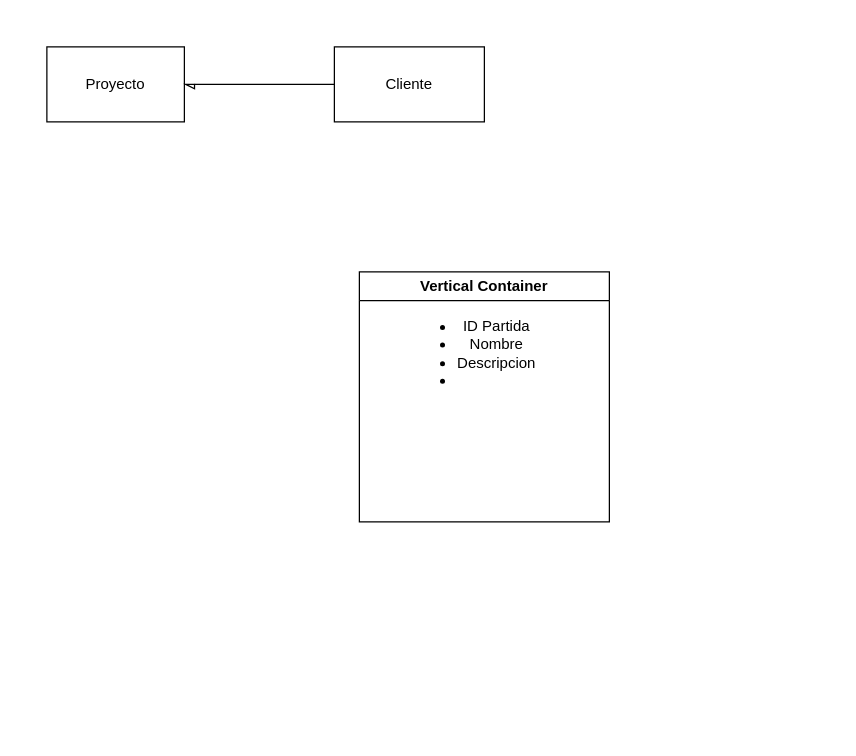
Before: Base_datos.drawio in joserra71/AdmonObra, a draw.io diagram. Source tidied: cells renumbered, new cells numbered last; positions are measured from the earlier drawing's top-left corner, leaving out a move shared by most shapes. Both pictures are drawn from the tidied source at 125%, with x=0, y=0 at pixel (46, 46).
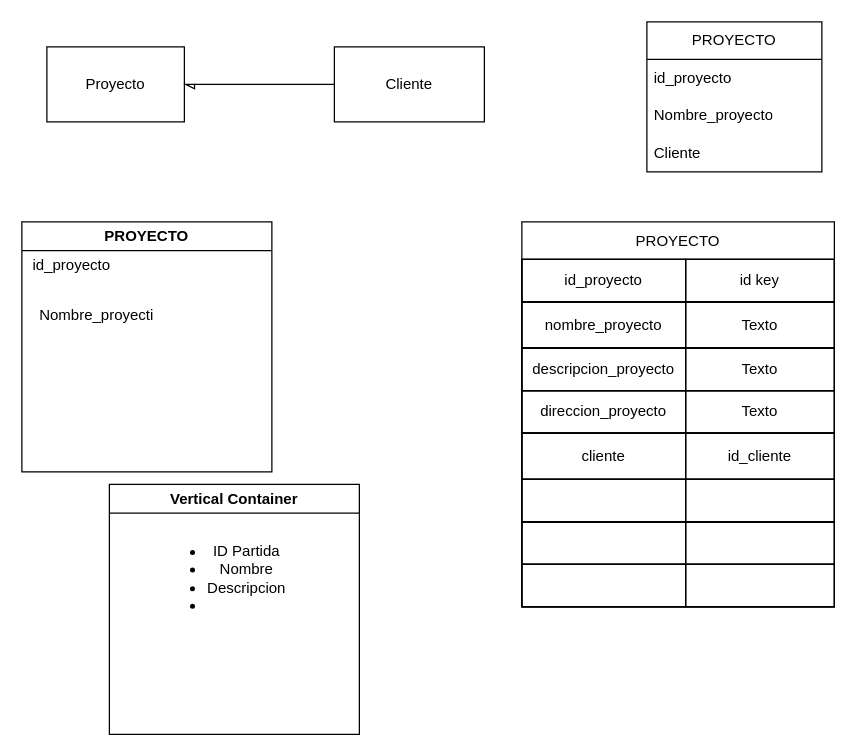
The same page after the edit.

What changed in the source:
```diff
@@
     <mxCell id="5" value="Vertical Container" style="swimlane;whiteSpace=wrap;html=1;" parent="1" vertex="1">
-      <mxGeometry x="250" y="180" width="200" height="200" as="geometry" />
+      <mxGeometry x="50" y="350" width="200" height="200" as="geometry" />
     </mxCell>
-    <mxCell id="6" value="&lt;ul&gt;&lt;li&gt;ID Partida&lt;/li&gt;&lt;li&gt;Nombre&lt;/li&gt;&lt;li&gt;Descripcion&lt;/li&gt;&lt;li&gt;&lt;br&gt;&lt;/li&gt;&lt;/ul&gt;" style="text;html=1;whiteSpace=wrap;strokeColor=none;fillColor=none;align=center;verticalAlign=middle;rounded=0;" parent="1" vertex="1">
-      <mxGeometry x="280" y="230" width="120" height="30" as="geometry" />
+    <mxCell id="6" value="&lt;ul&gt;&lt;li&gt;ID Partida&lt;/li&gt;&lt;li&gt;Nombre&lt;/li&gt;&lt;li&gt;Descripcion&lt;/li&gt;&lt;li&gt;&lt;br&gt;&lt;/li&gt;&lt;/ul&gt;" style="text;html=1;whiteSpace=wrap;strokeColor=none;fillColor=none;align=center;verticalAlign=middle;rounded=0;" parent="5" vertex="1">
+      <mxGeometry x="30" y="60" width="120" height="30" as="geometry" />
     </mxCell>
+    <mxCell id="7" value="PROYECTO" style="swimlane;whiteSpace=wrap;html=1;" parent="1" vertex="1">
+      <mxGeometry x="-20" y="140" width="200" height="200" as="geometry" />
+    </mxCell>
+    <mxCell id="8" value="id_proyecto" style="text;html=1;whiteSpace=wrap;strokeColor=none;fillColor=none;align=center;verticalAlign=middle;rounded=0;" parent="7" vertex="1">
+      <mxGeometry x="10" y="20" width="60" height="30" as="geometry" />
+    </mxCell>
+    <mxCell id="9" value="Nombre_proyecti" style="text;html=1;whiteSpace=wrap;strokeColor=none;fillColor=none;align=center;verticalAlign=middle;rounded=0;" parent="1" vertex="1">
+      <mxGeometry x="10" y="200" width="60" height="30" as="geometry" />
+    </mxCell>
+    <mxCell id="10" value="PROYECTO" style="swimlane;fontStyle=0;horizontal=1;startSize=30;whiteSpace=wrap;html=1;" parent="1" vertex="1">
+      <mxGeometry x="480" y="-20" width="140" height="120" as="geometry" />
+    </mxCell>
+    <mxCell id="11" value="id_proyecto" style="text;strokeColor=none;fillColor=none;align=left;verticalAlign=middle;spacingLeft=4;spacingRight=4;overflow=hidden;whiteSpace=wrap;html=1;" parent="10" vertex="1">
+      <mxGeometry y="30" width="140" height="30" as="geometry" />
+    </mxCell>
+    <mxCell id="12" value="Nombre_proyecto" style="text;strokeColor=none;fillColor=none;align=left;verticalAlign=middle;spacingLeft=4;spacingRight=4;overflow=hidden;whiteSpace=wrap;html=1;" parent="10" vertex="1">
+      <mxGeometry y="60" width="140" height="30" as="geometry" />
+    </mxCell>
+    <mxCell id="13" value="Cliente" style="text;strokeColor=none;fillColor=none;align=left;verticalAlign=middle;spacingLeft=4;spacingRight=4;overflow=hidden;whiteSpace=wrap;html=1;" parent="10" vertex="1">
+      <mxGeometry y="90" width="140" height="30" as="geometry" />
+    </mxCell>
+    <mxCell id="14" value="PROYECTO" style="shape=table;startSize=30;childLayout=tableLayout;fixedHeader=1;tableRender=collapsed;" parent="1" vertex="1">
+      <mxGeometry x="380" y="140" width="250" height="308" as="geometry" />
+    </mxCell>
+    <mxCell id="15" style="shape=tableRow;horizontal=0;startSize=0;swimlaneHead=0;swimlaneBody=0;strokeColor=inherit;fillColor=none;fixedHeader=1;" parent="14" vertex="1">
+      <mxGeometry y="30" width="250" height="34" as="geometry" />
+    </mxCell>
+    <mxCell id="16" value="id_proyecto" style="shape=partialRectangle;html=1;whiteSpace=wrap;strokeColor=inherit;overflow=hidden;fillColor=none;" parent="15" vertex="1">
+      <mxGeometry width="131" height="34" as="geometry" />
+    </mxCell>
+    <mxCell id="17" value="id key" style="shape=partialRectangle;html=1;whiteSpace=wrap;strokeColor=inherit;overflow=hidden;fillColor=none;" parent="15" vertex="1">
+      <mxGeometry x="131" width="119" height="34" as="geometry" />
+    </mxCell>
+    <mxCell id="18" style="shape=tableRow;horizontal=0;startSize=0;swimlaneHead=0;swimlaneBody=0;strokeColor=inherit;fillColor=none;fixedHeader=1;" parent="14" vertex="1">
+      <mxGeometry y="64" width="250" height="37" as="geometry" />
+    </mxCell>
+    <mxCell id="19" value="nombre_proyecto" style="shape=partialRectangle;html=1;whiteSpace=wrap;strokeColor=inherit;overflow=hidden;fillColor=none;" parent="18" vertex="1">
+      <mxGeometry width="131" height="37" as="geometry" />
+    </mxCell>
+    <mxCell id="20" value="Texto" style="shape=partialRectangle;html=1;whiteSpace=wrap;strokeColor=inherit;overflow=hidden;fillColor=none;" parent="18" vertex="1">
+      <mxGeometry x="131" width="119" height="37" as="geometry" />
+    </mxCell>
+    <mxCell id="21" style="shape=tableRow;horizontal=0;startSize=0;swimlaneHead=0;swimlaneBody=0;strokeColor=inherit;fillColor=none;fixedHeader=1;" parent="14" vertex="1">
+      <mxGeometry y="101" width="250" height="34" as="geometry" />
+    </mxCell>
+    <mxCell id="22" value="descripcion_proyecto" style="shape=partialRectangle;html=1;whiteSpace=wrap;strokeColor=inherit;overflow=hidden;fillColor=none;" parent="21" vertex="1">
+      <mxGeometry width="131" height="34" as="geometry" />
+    </mxCell>
+    <mxCell id="23" value="Texto" style="shape=partialRectangle;html=1;whiteSpace=wrap;strokeColor=inherit;overflow=hidden;fillColor=none;" parent="21" vertex="1">
+      <mxGeometry x="131" width="119" height="34" as="geometry" />
+    </mxCell>
+    <mxCell id="24" style="shape=tableRow;horizontal=0;startSize=0;swimlaneHead=0;swimlaneBody=0;strokeColor=inherit;fillColor=none;fixedHeader=1;" parent="14" vertex="1">
+      <mxGeometry y="135" width="250" height="34" as="geometry" />
+    </mxCell>
+    <mxCell id="25" value="direccion_proyecto" style="shape=partialRectangle;html=1;whiteSpace=wrap;strokeColor=inherit;overflow=hidden;fillColor=none;" parent="24" vertex="1">
+      <mxGeometry width="131" height="34" as="geometry" />
+    </mxCell>
+    <mxCell id="26" value="Texto" style="shape=partialRectangle;html=1;whiteSpace=wrap;strokeColor=inherit;overflow=hidden;fillColor=none;" parent="24" vertex="1">
+      <mxGeometry x="131" width="119" height="34" as="geometry" />
+    </mxCell>
+    <mxCell id="27" style="shape=tableRow;horizontal=0;startSize=0;swimlaneHead=0;swimlaneBody=0;strokeColor=inherit;fillColor=none;fixedHeader=1;" parent="14" vertex="1">
+      <mxGeometry y="169" width="250" height="37" as="geometry" />
+    </mxCell>
+    <mxCell id="28" value="cliente" style="shape=partialRectangle;html=1;whiteSpace=wrap;strokeColor=inherit;overflow=hidden;fillColor=none;" parent="27" vertex="1">
+      <mxGeometry width="131" height="37" as="geometry" />
+    </mxCell>
+    <mxCell id="29" value="id_cliente" style="shape=partialRectangle;html=1;whiteSpace=wrap;strokeColor=inherit;overflow=hidden;fillColor=none;" parent="27" vertex="1">
+      <mxGeometry x="131" width="119" height="37" as="geometry" />
+    </mxCell>
+    <mxCell id="30" style="shape=tableRow;horizontal=0;startSize=0;swimlaneHead=0;swimlaneBody=0;strokeColor=inherit;fillColor=none;fixedHeader=1;" parent="14" vertex="1">
+      <mxGeometry y="206" width="250" height="34" as="geometry" />
+    </mxCell>
+    <mxCell id="31" style="shape=partialRectangle;html=1;whiteSpace=wrap;strokeColor=inherit;overflow=hidden;fillColor=none;" parent="30" vertex="1">
+      <mxGeometry width="131" height="34" as="geometry" />
+    </mxCell>
+    <mxCell id="32" style="shape=partialRectangle;html=1;whiteSpace=wrap;strokeColor=inherit;overflow=hidden;fillColor=none;" parent="30" vertex="1">
+      <mxGeometry x="131" width="119" height="34" as="geometry" />
+    </mxCell>
+    <mxCell id="33" style="shape=tableRow;horizontal=0;startSize=0;swimlaneHead=0;swimlaneBody=0;strokeColor=inherit;fillColor=none;fixedHeader=1;" parent="14" vertex="1">
+      <mxGeometry y="240" width="250" height="34" as="geometry" />
+    </mxCell>
+    <mxCell id="34" style="shape=partialRectangle;html=1;whiteSpace=wrap;strokeColor=inherit;overflow=hidden;fillColor=none;" parent="33" vertex="1">
+      <mxGeometry width="131" height="34" as="geometry" />
+    </mxCell>
+    <mxCell id="35" style="shape=partialRectangle;html=1;whiteSpace=wrap;strokeColor=inherit;overflow=hidden;fillColor=none;" parent="33" vertex="1">
+      <mxGeometry x="131" width="119" height="34" as="geometry" />
+    </mxCell>
+    <mxCell id="36" style="shape=tableRow;horizontal=0;startSize=0;swimlaneHead=0;swimlaneBody=0;strokeColor=inherit;fillColor=none;fixedHeader=1;" parent="14" vertex="1">
+      <mxGeometry y="274" width="250" height="34" as="geometry" />
+    </mxCell>
+    <mxCell id="37" style="shape=partialRectangle;html=1;whiteSpace=wrap;strokeColor=inherit;overflow=hidden;fillColor=none;" parent="36" vertex="1">
+      <mxGeometry width="131" height="34" as="geometry" />
+    </mxCell>
+    <mxCell id="38" style="shape=partialRectangle;html=1;whiteSpace=wrap;strokeColor=inherit;overflow=hidden;fillColor=none;" parent="36" vertex="1">
+      <mxGeometry x="131" width="119" height="34" as="geometry" />
+    </mxCell>
```
